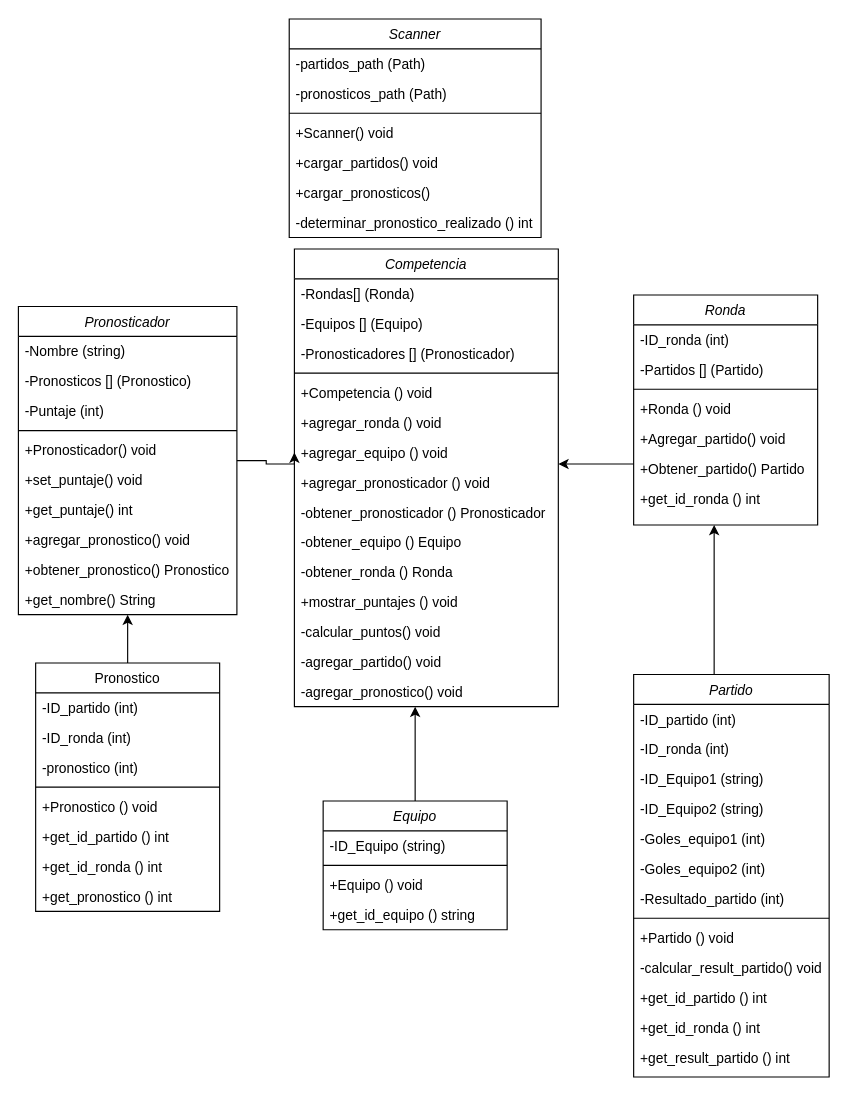
This is UML_Pronosticador_Deportivo.drawio from gmenendez0/Pronosticador_Deportivo, a draw.io file, before an edit. Source tidied: cells renumbered, new cells numbered last; positions are measured from the earlier drawing's top-left corner, leaving out a move shared by most shapes. Both pictures are drawn from the tidied source at 115%, with x=0, y=0 at pixel (17, 18).
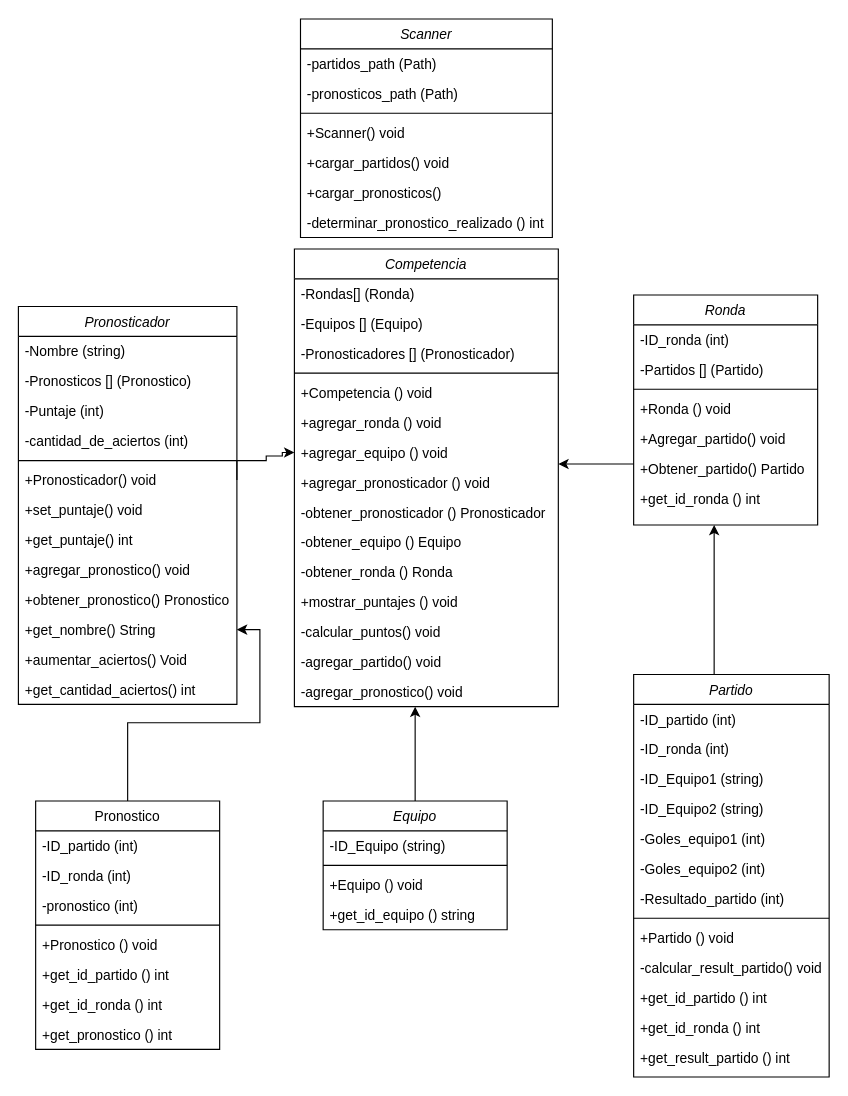
Above is the later version.

Unchanged cells that the change refers to:
```xml
<mxCell id="61" value="+agregar_equipo () void" style="text;align=left;verticalAlign=top;spacingLeft=4;spacingRight=4;overflow=hidden;points=[[0,0.5],[1,0.5]];portConstraint=eastwest;rounded=0;shadow=0;html=0;" parent="54" vertex="1">
  <mxGeometry y="164" width="229.5" height="26" as="geometry" />
</mxCell>
```

The edit, as a diff of the source:
```diff
@@
-    <mxCell id="2" style="edgeStyle=orthogonalEdgeStyle;rounded=0;jettySize=auto;html=1;entryX=0;entryY=0.5;entryDx=0;entryDy=0;" parent="1" edge="1" source="3" target="61">
+    <mxCell id="2" style="edgeStyle=orthogonalEdgeStyle;rounded=0;jettySize=auto;html=1;entryX=0;entryY=0.5;entryDx=0;entryDy=0;exitX=1;exitY=0.5;exitDx=0;exitDy=0;" parent="1" edge="1" source="8" target="61">
       <mxGeometry relative="1" as="geometry">
         <Array as="points">
+          <mxPoint x="191" y="384" />
           <mxPoint x="216" y="384" />
-          <mxPoint x="216" y="387" />
-          <mxPoint x="241" y="387" />
+          <mxPoint x="216" y="380" />
+          <mxPoint x="230" y="380" />
+          <mxPoint x="230" y="377" />
         </Array>
       </mxGeometry>
     </mxCell>
     <mxCell id="3" value="Pronosticador" style="swimlane;fontStyle=2;align=center;verticalAlign=top;horizontal=1;startSize=26;rounded=0;shadow=0;strokeWidth=1;" parent="1" vertex="1">
-      <mxGeometry x="0.5" y="250" width="190" height="268" as="geometry" />
+      <mxGeometry x="0.5" y="250" width="190" height="346" as="geometry" />
     </mxCell>
@@
+    <mxCell id="78" value="-cantidad_de_aciertos (int)" style="text;align=left;verticalAlign=top;spacingLeft=4;spacingRight=4;overflow=hidden;" parent="3" vertex="1">
+      <mxGeometry y="104" width="190" height="26" as="geometry" />
+    </mxCell>
     <mxCell id="7" style="line;html=1;strokeWidth=1;align=left;verticalAlign=middle;spacingTop=-1;spacingLeft=3;spacingRight=3;labelPosition=right;" parent="3" vertex="1">
-      <mxGeometry y="104" width="190" height="8" as="geometry" />
+      <mxGeometry y="130" width="190" height="8" as="geometry" />
     </mxCell>
     <mxCell id="8" value="+Pronosticador() void" style="text;align=left;verticalAlign=top;spacingLeft=4;spacingRight=4;overflow=hidden;points=[[0,0.5],[1,0.5]];portConstraint=eastwest;rounded=0;shadow=0;html=0;" parent="3" vertex="1">
-      <mxGeometry y="112" width="190" height="26" as="geometry" />
+      <mxGeometry y="138" width="190" height="26" as="geometry" />
     </mxCell>
     <mxCell id="9" value="+set_puntaje() void" style="text;align=left;verticalAlign=top;spacingLeft=4;spacingRight=4;overflow=hidden;rounded=0;shadow=0;html=0;" parent="3" vertex="1">
-      <mxGeometry y="138" width="190" height="26" as="geometry" />
+      <mxGeometry y="164" width="190" height="26" as="geometry" />
     </mxCell>
     <mxCell id="10" value="+get_puntaje() int" style="text;align=left;verticalAlign=top;spacingLeft=4;spacingRight=4;overflow=hidden;rounded=0;shadow=0;html=0;" parent="3" vertex="1">
-      <mxGeometry y="164" width="190" height="26" as="geometry" />
+      <mxGeometry y="190" width="190" height="26" as="geometry" />
     </mxCell>
     <mxCell id="11" value="+agregar_pronostico() void" style="text;align=left;verticalAlign=top;spacingLeft=4;spacingRight=4;overflow=hidden;rounded=0;shadow=0;html=0;" parent="3" vertex="1">
-      <mxGeometry y="190" width="190" height="26" as="geometry" />
+      <mxGeometry y="216" width="190" height="26" as="geometry" />
     </mxCell>
     <mxCell id="12" value="+obtener_pronostico() Pronostico" style="text;align=left;verticalAlign=top;spacingLeft=4;spacingRight=4;overflow=hidden;rounded=0;shadow=0;html=0;" parent="3" vertex="1">
-      <mxGeometry y="216" width="190" height="26" as="geometry" />
+      <mxGeometry y="242" width="190" height="26" as="geometry" />
     </mxCell>
     <mxCell id="13" value="+get_nombre() String" style="text;align=left;verticalAlign=top;spacingLeft=4;spacingRight=4;overflow=hidden;points=[[0,0.5],[1,0.5]];portConstraint=eastwest;rounded=0;shadow=0;html=0;" parent="3" vertex="1">
-      <mxGeometry y="242" width="190" height="26" as="geometry" />
+      <mxGeometry y="268" width="190" height="26" as="geometry" />
     </mxCell>
+    <mxCell id="79" value="+aumentar_aciertos() Void" style="text;align=left;verticalAlign=top;spacingLeft=4;spacingRight=4;overflow=hidden;rounded=0;shadow=0;html=0;" parent="3" vertex="1">
+      <mxGeometry y="294" width="190" height="26" as="geometry" />
+    </mxCell>
+    <mxCell id="80" value="+get_cantidad_aciertos() int" style="text;align=left;verticalAlign=top;spacingLeft=4;spacingRight=4;overflow=hidden;rounded=0;shadow=0;html=0;" parent="3" vertex="1">
+      <mxGeometry y="320" width="190" height="26" as="geometry" />
+    </mxCell>
     <mxCell id="14" style="edgeStyle=orthogonalEdgeStyle;rounded=0;jettySize=auto;html=1;" parent="1" edge="1" source="15" target="13">
-      <mxGeometry relative="1" as="geometry">
-        <Array as="points">
-          <mxPoint x="95.5" y="540" />
-          <mxPoint x="95.5" y="540" />
-        </Array>
-      </mxGeometry>
+      <mxGeometry relative="1" as="geometry" />
     </mxCell>
     <mxCell id="15" value="Pronostico" style="swimlane;fontStyle=0;align=center;verticalAlign=top;horizontal=1;startSize=26;rounded=0;shadow=0;strokeWidth=1;" parent="1" vertex="1">
-      <mxGeometry x="15.5" y="560" width="160" height="216" as="geometry" />
+      <mxGeometry x="15.5" y="680" width="160" height="216" as="geometry" />
     </mxCell>
@@
     <mxCell id="70" value="Scanner" style="swimlane;fontStyle=2;align=center;verticalAlign=top;horizontal=1;startSize=26;rounded=0;shadow=0;strokeWidth=1;" parent="1" vertex="1">
-      <mxGeometry x="236" width="219" height="190" as="geometry" />
+      <mxGeometry x="245.8" width="219" height="190" as="geometry" />
     </mxCell>
```
